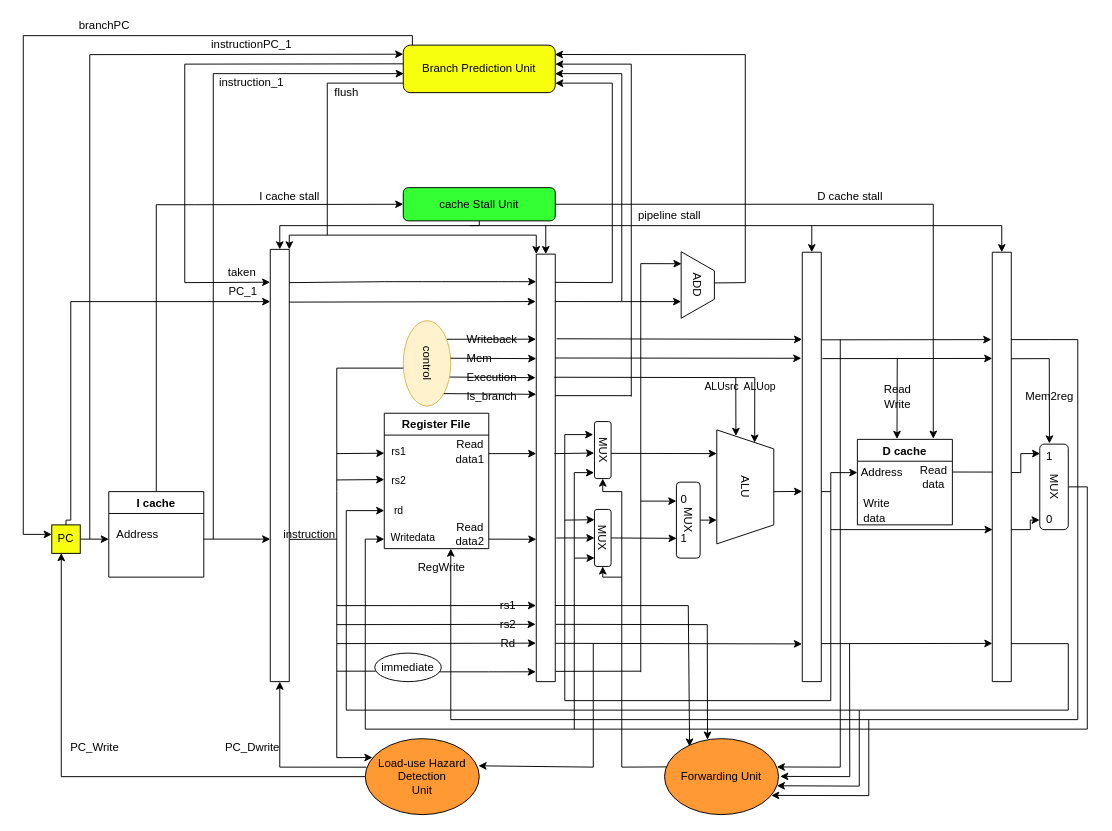
The draw.io diagram page "Page-1" (1 of 2) of Untitled Diagram.drawio in JeterHwang/DSD, before the edit. Source tidied: cells renumbered, new cells numbered last; positions are measured from the earlier drawing's top-left corner, leaving out a move shared by most shapes. Both pictures are drawn from the tidied source at 95%, with x=0, y=0 at pixel (23, 16).
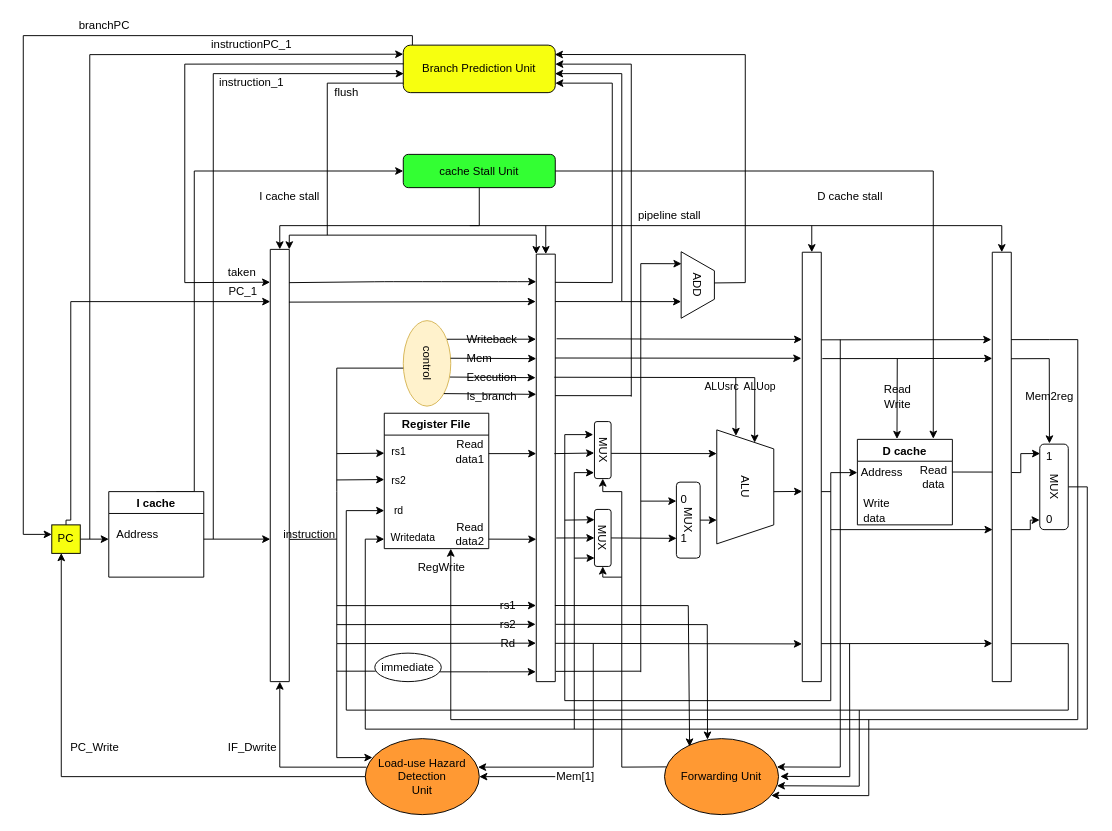
The same page after the edit.

Unchanged cells that the change refers to:
```xml
<mxCell id="8" value="I cache" style="swimlane;" parent="1" vertex="1">
  <mxGeometry x="90" y="500" width="100" height="90" as="geometry" />
</mxCell>
<mxCell id="61" value="Load-use Hazard Detection &lt;br&gt;Unit" style="ellipse;whiteSpace=wrap;html=1;glass=0;strokeColor=#000000;fillColor=#FF9933;" parent="1" vertex="1">
  <mxGeometry x="360" y="760" width="120" height="80" as="geometry" />
</mxCell>
```

What changed in the source:
```diff
@@
     <mxCell id="6" style="edgeStyle=orthogonalEdgeStyle;rounded=0;jettySize=auto;html=1;exitX=0.5;exitY=0;exitDx=0;exitDy=0;entryX=0;entryY=0.5;entryDx=0;entryDy=0;" parent="1" edge="1" source="8" target="30">
       <mxGeometry relative="1" as="geometry">
         <Array as="points">
-          <mxPoint x="180" y="198" />
-          <mxPoint x="400" y="198" />
+          <mxPoint x="180" y="500" />
+          <mxPoint x="180" y="163" />
+          <mxPoint x="400" y="163" />
         </Array>
       </mxGeometry>
     </mxCell>
@@
     <mxCell id="30" value="cache Stall Unit" style="rounded=1;whiteSpace=wrap;html=1;glass=0;strokeColor=#000000;fillColor=#33FF33;" parent="1" vertex="1">
-      <mxGeometry x="400" y="180" width="160" height="35" as="geometry" />
+      <mxGeometry x="400" y="145" width="160" height="35" as="geometry" />
     </mxCell>
@@
-    <mxCell id="66" value="PC_Dwrite" style="text;html=1;align=center;verticalAlign=middle;fillColor=none;strokeColor=none;rounded=0;glass=0;" parent="1" vertex="1">
+    <mxCell id="66" value="IF_Dwrite" style="text;html=1;align=center;verticalAlign=middle;fillColor=none;strokeColor=none;rounded=0;glass=0;" parent="1" vertex="1">
       <mxGeometry x="206" y="760" width="70" height="20" as="geometry" />
     </mxCell>
@@
-    <mxCell id="184" style="endArrow=classic;html=1;entryX=0.993;entryY=0.358;entryDx=0;entryDy=0;entryPerimeter=0;" parent="1" edge="1" target="61">
+    <mxCell id="184" style="endArrow=classic;html=1;entryX=0.989;entryY=0.375;entryDx=0;entryDy=0;entryPerimeter=0;" parent="1" edge="1" target="61">
       <mxGeometry relative="1" as="geometry">
         <mxPoint x="600" y="790" as="sourcePoint" />
       </mxGeometry>
     </mxCell>
@@
+    <mxCell id="195" style="endArrow=classic;html=1;entryX=1;entryY=0.5;entryDx=0;entryDy=0;" parent="1" edge="1" target="61">
+      <mxGeometry relative="1" as="geometry">
+        <mxPoint x="560" y="800" as="sourcePoint" />
+      </mxGeometry>
+    </mxCell>
+    <mxCell id="196" value="Mem[1]" style="text;html=1;align=center;verticalAlign=middle;fillColor=none;strokeColor=none;rounded=0;" parent="1" vertex="1">
+      <mxGeometry x="551" y="790" width="60" height="20" as="geometry" />
+    </mxCell>
```
